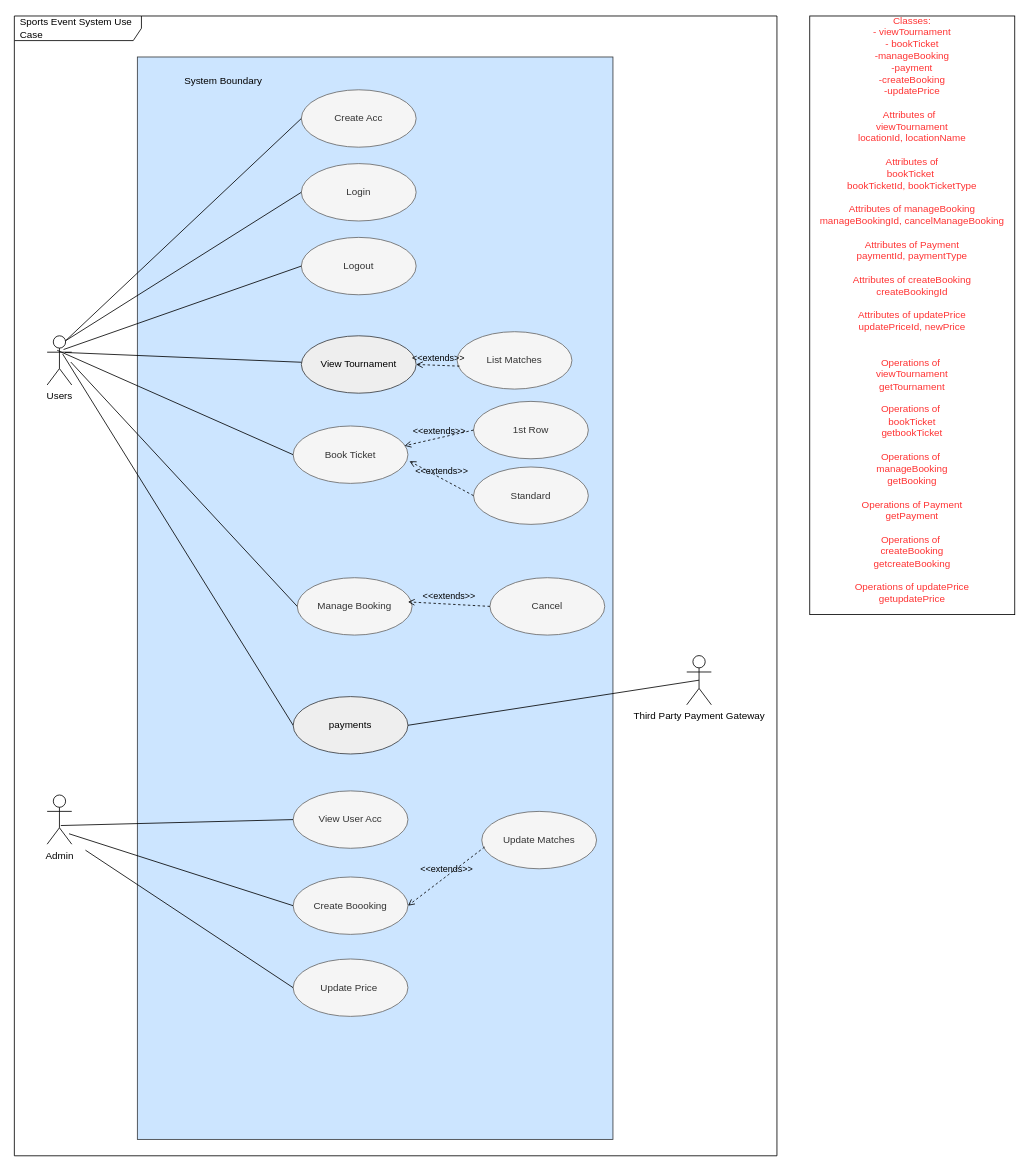
This is SES_Use_Case.drawio from mlvl974/SportsEventSystem, a draw.io file, before an edit. Source tidied: cells renumbered, new cells numbered last; positions are measured from the earlier drawing's top-left corner, leaving out a move shared by most shapes. Both pictures are drawn from the tidied source at 82%, with x=0, y=0 at pixel (14, 16).
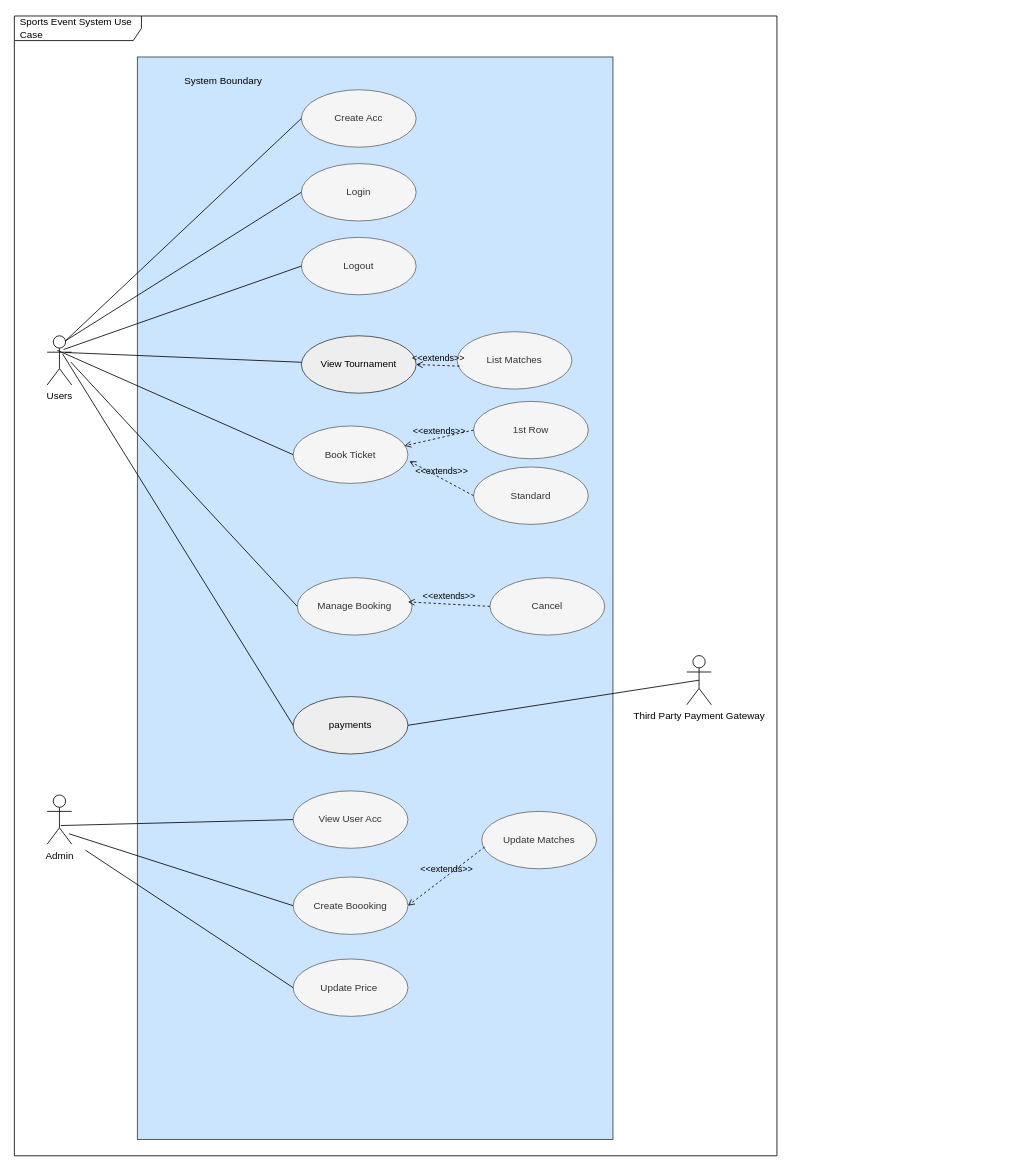
After the change.

The edit, as a diff of the source:
```diff
@@
-    <mxCell id="39" value="&lt;div&gt;Classes:&lt;/div&gt;&lt;div&gt;-&lt;span&gt;&#9;&lt;/span&gt;viewTournament&lt;/div&gt;&lt;div&gt;-&lt;span&gt;&#9;&lt;/span&gt;bookTicket&lt;/div&gt;&lt;div&gt;-manageBooking&lt;/div&gt;&lt;div&gt;-payment&lt;/div&gt;&lt;div&gt;-createBooking&lt;/div&gt;&lt;div&gt;-updatePrice&lt;/div&gt;&lt;div&gt;&lt;br&gt;&lt;/div&gt;&lt;div&gt;Attributes of&amp;nbsp;&amp;nbsp;&lt;/div&gt;viewTournament&lt;div&gt;&lt;span&gt;locationId, locationName&lt;/span&gt;&lt;/div&gt;&lt;div&gt;&lt;br&gt;&lt;/div&gt;&lt;div&gt;Attributes of&lt;/div&gt;bookTicket&amp;nbsp;&lt;br&gt;bookTicket&lt;span&gt;Id,&amp;nbsp;&lt;/span&gt;bookTicketType&lt;br&gt;&lt;div&gt;&lt;br&gt;&lt;/div&gt;&lt;div&gt;&lt;div&gt;Attributes of&amp;nbsp;&lt;span&gt;manageBooking&lt;/span&gt;&lt;/div&gt;&lt;div&gt;&lt;span&gt;manageBookingId&lt;/span&gt;, cancelM&lt;span&gt;anageBooking&lt;/span&gt;&lt;/div&gt;&lt;/div&gt;&lt;div&gt;&lt;br&gt;&lt;/div&gt;&lt;div&gt;Attributes of Payment&lt;/div&gt;paymentId,&amp;nbsp;&lt;span&gt;paymentType&lt;/span&gt;&lt;br&gt;&lt;div&gt;&lt;br&gt;&lt;/div&gt;&lt;div&gt;&lt;div&gt;&lt;div&gt;Attributes of create&lt;span&gt;Booking&lt;/span&gt;&lt;/div&gt;&lt;div&gt;&lt;span&gt;createBooking&lt;/span&gt;&lt;span&gt;Id&lt;/span&gt;&lt;/div&gt;&lt;/div&gt;&lt;div&gt;&lt;br&gt;&lt;/div&gt;&lt;div&gt;Attributes of&amp;nbsp;&lt;span&gt;updatePrice&lt;/span&gt;&lt;/div&gt;updatePriceId, newPrice&lt;br&gt;&lt;/div&gt;&lt;div&gt;&lt;br&gt;&lt;/div&gt;&lt;div&gt;&lt;br&gt;&lt;/div&gt;&lt;div&gt;Operations of&amp;nbsp;&lt;/div&gt;viewTournament&lt;br&gt;&lt;span&gt;get&lt;/span&gt;Tournament&lt;br&gt;&lt;div&gt;&lt;br&gt;&lt;/div&gt;&lt;div&gt;Operations of&amp;nbsp;&lt;/div&gt;bookTicket&lt;div&gt;getbookTicket&lt;/div&gt;&lt;div&gt;&lt;br&gt;&lt;/div&gt;&lt;div&gt;&lt;div&gt;Operations of&amp;nbsp;&lt;/div&gt;manageBooking&lt;br&gt;getBooking&lt;/div&gt;&lt;div&gt;&lt;br&gt;&lt;/div&gt;&lt;div&gt;Operations of Payment&lt;/div&gt;&lt;div&gt;getPayment&lt;/div&gt;&lt;div&gt;&lt;br&gt;&lt;/div&gt;&lt;div&gt;&lt;div&gt;&lt;div&gt;Operations of&amp;nbsp;&lt;/div&gt;createBooking&lt;br&gt;getcreateBooking&lt;/div&gt;&lt;div&gt;&lt;br&gt;&lt;/div&gt;&lt;div&gt;Operations of&amp;nbsp;&lt;span&gt;updatePrice&lt;/span&gt;&lt;/div&gt;&lt;div&gt;get&lt;span&gt;updatePrice&lt;/span&gt;&lt;/div&gt;&lt;/div&gt;&lt;div&gt;&lt;br&gt;&lt;/div&gt;" style="rounded=0;whiteSpace=wrap;html=1;fontColor=#FF3333;" parent="1" vertex="1">
-      <mxGeometry x="970" width="250" height="730" as="geometry" />
-    </mxCell>
```
